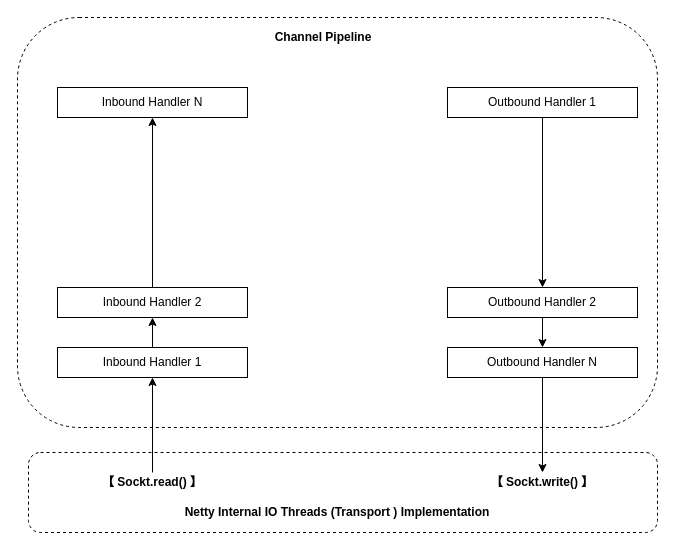
This is netty扩展性架构.drawio from bluefantasy2014/draw.io, a draw.io file, before an edit. Source tidied: cells renumbered, new cells numbered last; positions are measured from the earlier drawing's top-left corner, leaving out a move shared by most shapes. Both pictures are drawn from the tidied source at 100%, with x=0, y=0 at pixel (17, 17).
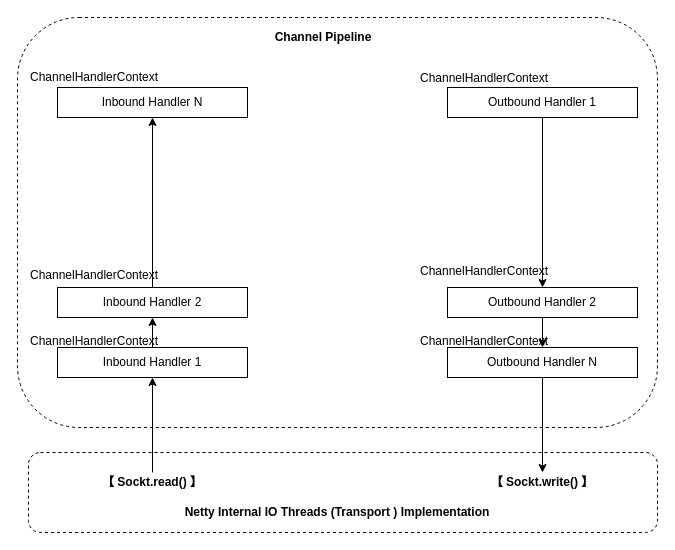
Above is the later version.

Commit message (it also covers changes not shown here):
Update netty扩展性架构.drawio

The edit, as a diff of the source:
```diff
@@
+    <mxCell id="20" value="ChannelHandlerContext" style="text;html=1;" parent="1" vertex="1">
+      <mxGeometry x="11" y="46" width="150" height="30" as="geometry" />
+    </mxCell>
+    <mxCell id="21" value="ChannelHandlerContext" style="text;html=1;" parent="1" vertex="1">
+      <mxGeometry x="11" y="244" width="150" height="30" as="geometry" />
+    </mxCell>
+    <mxCell id="22" value="ChannelHandlerContext" style="text;html=1;" parent="1" vertex="1">
+      <mxGeometry x="11" y="310" width="150" height="30" as="geometry" />
+    </mxCell>
+    <mxCell id="23" value="ChannelHandlerContext" style="text;html=1;" parent="1" vertex="1">
+      <mxGeometry x="401" y="47" width="150" height="30" as="geometry" />
+    </mxCell>
+    <mxCell id="24" value="ChannelHandlerContext" style="text;html=1;" parent="1" vertex="1">
+      <mxGeometry x="401" y="240" width="150" height="30" as="geometry" />
+    </mxCell>
+    <mxCell id="25" value="ChannelHandlerContext" style="text;html=1;" parent="1" vertex="1">
+      <mxGeometry x="401" y="310" width="150" height="30" as="geometry" />
+    </mxCell>
```
